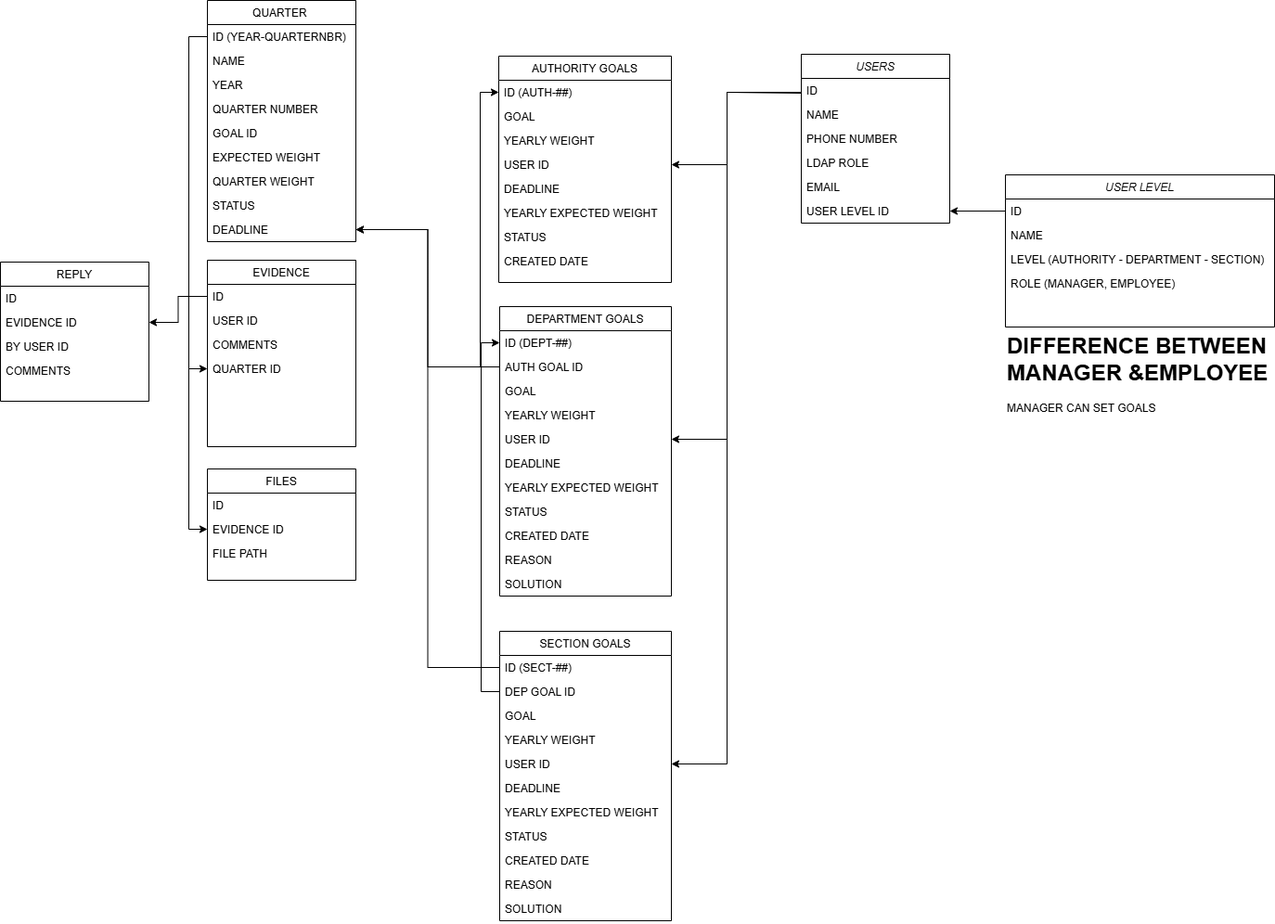
The draw.io diagram src/main/resources/scripts/Strategy.png in spsa-sharjah/spsastrategy, before a commit. Source tidied: cells renumbered, new cells last; positions are measured from the earlier drawing's top-left corner, leaving out a move shared by most shapes.
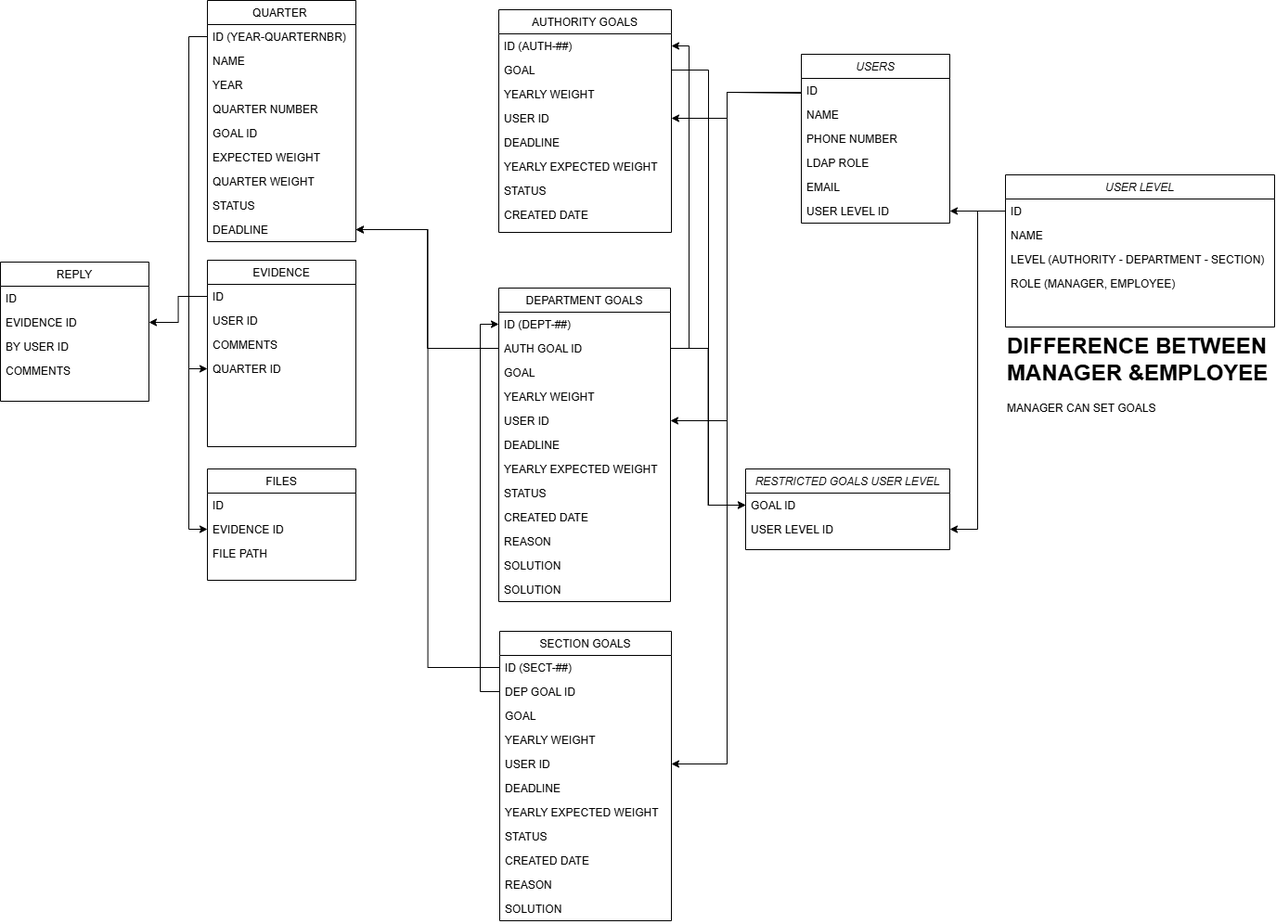
Later version of the same file.

The edit, as a diff of the source:
```diff
@@ -3,7 +3,7 @@
     <mxCell id="0" />
     <mxCell id="1" parent="0" />
     <mxCell id="2" value="AUTHORITY GOALS" style="swimlane;fontStyle=0;align=center;verticalAlign=top;horizontal=1;startSize=26;rounded=0;shadow=0;strokeWidth=1;" parent="1" vertex="1">
-      <mxGeometry x="537" y="60" width="186" height="244" as="geometry" />
+      <mxGeometry x="537" y="10" width="186" height="240" as="geometry" />
     </mxCell>
     <mxCell id="3" value="ID (AUTH-##)" style="text;align=left;verticalAlign=top;spacingLeft=4;spacingRight=4;overflow=hidden;points=[[0,0.5],[1,0.5]];portConstraint=eastwest;" parent="2" vertex="1">
       <mxGeometry y="26" width="186" height="26" as="geometry" />
@@ -30,7 +30,7 @@
       <mxGeometry y="208" width="186" height="26" as="geometry" />
     </mxCell>
     <mxCell id="11" value="DEPARTMENT GOALS" style="swimlane;fontStyle=0;align=center;verticalAlign=top;horizontal=1;startSize=26;rounded=0;shadow=0;strokeWidth=1;" parent="1" vertex="1">
-      <mxGeometry x="538" y="330" width="185" height="312" as="geometry" />
+      <mxGeometry x="537" y="310" width="185" height="338" as="geometry" />
     </mxCell>
     <mxCell id="12" value="ID (DEPT-##)" style="text;align=left;verticalAlign=top;spacingLeft=4;spacingRight=4;overflow=hidden;points=[[0,0.5],[1,0.5]];portConstraint=eastwest;" parent="11" vertex="1">
       <mxGeometry y="26" width="185" height="26" as="geometry" />
@@ -65,6 +65,9 @@
     <mxCell id="22" value="SOLUTION" style="text;align=left;verticalAlign=top;spacingLeft=4;spacingRight=4;overflow=hidden;" parent="11" vertex="1">
       <mxGeometry y="286" width="185" height="26" as="geometry" />
     </mxCell>
+    <mxCell id="83" value="SOLUTION" style="text;align=left;verticalAlign=top;spacingLeft=4;spacingRight=4;overflow=hidden;" parent="11" vertex="1">
+      <mxGeometry y="312" width="185" height="26" as="geometry" />
+    </mxCell>
     <mxCell id="23" value="SECTION GOALS" style="swimlane;fontStyle=0;align=center;verticalAlign=top;horizontal=1;startSize=26;rounded=0;shadow=0;strokeWidth=1;" parent="1" vertex="1">
       <mxGeometry x="538" y="680" width="185" height="312" as="geometry" />
     </mxCell>
@@ -101,8 +104,13 @@
     <mxCell id="34" value="SOLUTION" style="text;align=left;verticalAlign=top;spacingLeft=4;spacingRight=4;overflow=hidden;" parent="23" vertex="1">
       <mxGeometry y="286" width="185" height="26" as="geometry" />
     </mxCell>
-    <mxCell id="35" style="edgeStyle=orthogonalEdgeStyle;rounded=0;jettySize=auto;html=1;entryX=0;entryY=0.5;entryDx=0;entryDy=0;" parent="1" edge="1" source="13" target="3">
-      <mxGeometry relative="1" as="geometry" />
+    <mxCell id="35" style="edgeStyle=orthogonalEdgeStyle;rounded=0;jettySize=auto;html=1;entryX=1;entryY=0.5;entryDx=0;entryDy=0;" parent="1" edge="1" source="13" target="3">
+      <mxGeometry relative="1" as="geometry">
+        <Array as="points">
+          <mxPoint x="742" y="375" />
+          <mxPoint x="742" y="49" />
+        </Array>
+      </mxGeometry>
     </mxCell>
     <mxCell id="36" style="edgeStyle=orthogonalEdgeStyle;rounded=0;jettySize=auto;html=1;exitX=0;exitY=0.5;exitDx=0;exitDy=0;entryX=0;entryY=0.5;entryDx=0;entryDy=0;" parent="1" edge="1" source="25" target="12">
       <mxGeometry relative="1" as="geometry" />
@@ -112,7 +120,7 @@
         <mxPoint x="863" y="99" as="sourcePoint" />
         <Array as="points">
           <mxPoint x="783" y="99" />
-          <mxPoint x="783" y="177" />
+          <mxPoint x="783" y="127" />
         </Array>
       </mxGeometry>
     </mxCell>
@@ -121,7 +129,7 @@
         <mxPoint x="863" y="99" as="sourcePoint" />
         <Array as="points">
           <mxPoint x="783" y="99" />
-          <mxPoint x="783" y="473" />
+          <mxPoint x="783" y="453" />
         </Array>
       </mxGeometry>
     </mxCell>
@@ -262,5 +270,23 @@
     <mxCell id="82" style="edgeStyle=orthogonalEdgeStyle;rounded=0;jettySize=auto;html=1;entryX=0;entryY=0.5;entryDx=0;entryDy=0;" parent="1" edge="1" source="73" target="50">
       <mxGeometry relative="1" as="geometry" />
     </mxCell>
+    <mxCell id="84" value="RESTRICTED GOALS USER LEVEL" style="swimlane;fontStyle=2;align=center;verticalAlign=top;horizontal=1;startSize=26;rounded=0;shadow=0;strokeWidth=1;" parent="1" vertex="1">
+      <mxGeometry x="803" y="505" width="220" height="87" as="geometry" />
+    </mxCell>
+    <mxCell id="85" value="GOAL ID" style="text;align=left;verticalAlign=top;spacingLeft=4;spacingRight=4;overflow=hidden;points=[[0,0.5],[1,0.5]];portConstraint=eastwest;" parent="84" vertex="1">
+      <mxGeometry y="26" width="220" height="26" as="geometry" />
+    </mxCell>
+    <mxCell id="86" value="USER LEVEL ID" style="text;align=left;verticalAlign=top;spacingLeft=4;spacingRight=4;overflow=hidden;points=[[0,0.5],[1,0.5]];portConstraint=eastwest;rounded=0;shadow=0;html=0;" parent="84" vertex="1">
+      <mxGeometry y="52" width="220" height="26" as="geometry" />
+    </mxCell>
+    <mxCell id="87" style="edgeStyle=orthogonalEdgeStyle;rounded=0;jettySize=auto;html=1;entryX=0;entryY=0.5;entryDx=0;entryDy=0;" parent="1" edge="1" source="4" target="85">
+      <mxGeometry relative="1" as="geometry" />
+    </mxCell>
+    <mxCell id="88" style="edgeStyle=orthogonalEdgeStyle;rounded=0;jettySize=auto;html=1;exitX=0;exitY=0.5;exitDx=0;exitDy=0;entryX=1;entryY=0.5;entryDx=0;entryDy=0;" parent="1" edge="1" source="41" target="86">
+      <mxGeometry relative="1" as="geometry" />
+    </mxCell>
+    <mxCell id="89" style="edgeStyle=orthogonalEdgeStyle;rounded=0;jettySize=auto;html=1;entryX=0;entryY=0.5;entryDx=0;entryDy=0;" parent="1" edge="1" source="13" target="85">
+      <mxGeometry relative="1" as="geometry" />
+    </mxCell>
   </root>
 </mxGraphModel>
```
